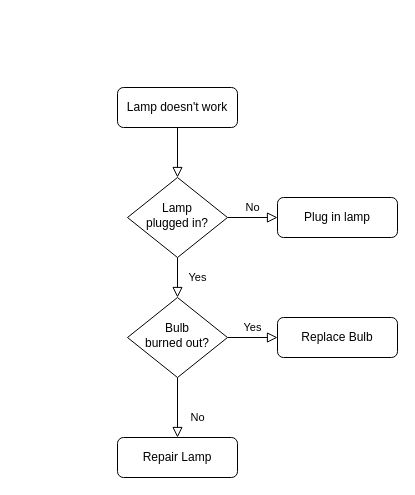
The draw.io diagram Untitled Diagram.drawio in Usha1206/FlowCharts, before the edit. Source tidied: cells renumbered, new cells numbered last; positions are measured from the earlier drawing's top-left corner, leaving out a move shared by most shapes. Both pictures are drawn from the tidied source at 100%, with x=0, y=0 at pixel (117, 87).
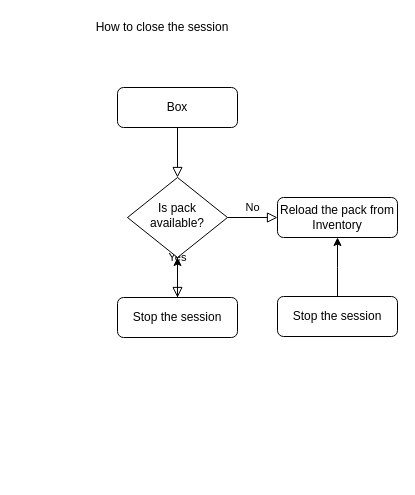
The same diagram, later.

Commit message:
Session _Closing

Diff of the diagram source:
```diff
@@
 <mxGraphModel>
   <root>
     <mxCell id="0" />
     <mxCell id="1" parent="0" />
     <mxCell id="2" style="rounded=0;html=1;jettySize=auto;fontSize=11;endArrow=block;endFill=0;endSize=8;strokeWidth=1;shadow=0;labelBackgroundColor=none;edgeStyle=orthogonalEdgeStyle;" parent="1" edge="1" source="3" target="6">
       <mxGeometry relative="1" as="geometry" />
     </mxCell>
-    <mxCell id="3" value="Lamp doesn't work" style="rounded=1;whiteSpace=wrap;html=1;fontSize=12;glass=0;strokeWidth=1;shadow=0;" parent="1" vertex="1">
+    <mxCell id="3" value="Box" style="rounded=1;whiteSpace=wrap;html=1;fontSize=12;glass=0;strokeWidth=1;shadow=0;" parent="1" vertex="1">
       <mxGeometry width="120" height="40" as="geometry" />
     </mxCell>
-    <mxCell id="4" value="Yes" style="rounded=0;html=1;jettySize=auto;fontSize=11;endArrow=block;endFill=0;endSize=8;strokeWidth=1;shadow=0;labelBackgroundColor=none;edgeStyle=orthogonalEdgeStyle;" parent="1" edge="1" source="6" target="10">
-      <mxGeometry y="20" relative="1" as="geometry" />
+    <mxCell id="4" value="Yes" style="rounded=0;html=1;jettySize=auto;fontSize=11;endArrow=block;endFill=0;endSize=8;strokeWidth=1;shadow=0;labelBackgroundColor=none;edgeStyle=orthogonalEdgeStyle;" parent="1" edge="1" source="6">
+      <mxGeometry y="20" relative="1" as="geometry">
+        <mxPoint x="60" y="210" as="targetPoint" />
+      </mxGeometry>
     </mxCell>
     <mxCell id="5" value="No" style="edgeStyle=orthogonalEdgeStyle;rounded=0;html=1;jettySize=auto;fontSize=11;endArrow=block;endFill=0;endSize=8;strokeWidth=1;shadow=0;labelBackgroundColor=none;" parent="1" edge="1" source="6" target="7">
       <mxGeometry y="10" relative="1" as="geometry" />
     </mxCell>
-    <mxCell id="6" value="Lamp&lt;br&gt;plugged in?" style="rhombus;whiteSpace=wrap;html=1;shadow=0;fontFamily=Helvetica;fontSize=12;align=center;strokeWidth=1;spacing=6;spacingTop=-4;" parent="1" vertex="1">
+    <mxCell id="6" value="Is pack available?" style="rhombus;whiteSpace=wrap;html=1;shadow=0;fontFamily=Helvetica;fontSize=12;align=center;strokeWidth=1;spacing=6;spacingTop=-4;" parent="1" vertex="1">
       <mxGeometry x="10" y="90" width="100" height="80" as="geometry" />
     </mxCell>
-    <mxCell id="7" value="Plug in lamp" style="rounded=1;whiteSpace=wrap;html=1;fontSize=12;glass=0;strokeWidth=1;shadow=0;" parent="1" vertex="1">
+    <mxCell id="7" value="Reload the pack from Inventory" style="rounded=1;whiteSpace=wrap;html=1;fontSize=12;glass=0;strokeWidth=1;shadow=0;" parent="1" vertex="1">
       <mxGeometry x="160" y="110" width="120" height="40" as="geometry" />
     </mxCell>
-    <mxCell id="8" value="No" style="rounded=0;html=1;jettySize=auto;fontSize=11;endArrow=block;endFill=0;endSize=8;strokeWidth=1;shadow=0;labelBackgroundColor=none;edgeStyle=orthogonalEdgeStyle;" parent="1" edge="1" source="10" target="11">
-      <mxGeometry x="0.33" y="20" relative="1" as="geometry" />
-    </mxCell>
-    <mxCell id="9" value="Yes" style="edgeStyle=orthogonalEdgeStyle;rounded=0;html=1;jettySize=auto;fontSize=11;endArrow=block;endFill=0;endSize=8;strokeWidth=1;shadow=0;labelBackgroundColor=none;" parent="1" edge="1" source="10" target="12">
-      <mxGeometry y="10" relative="1" as="geometry" />
-    </mxCell>
-    <mxCell id="10" value="Bulb&lt;br&gt;burned out?" style="rhombus;whiteSpace=wrap;html=1;shadow=0;fontFamily=Helvetica;fontSize=12;align=center;strokeWidth=1;spacing=6;spacingTop=-4;" parent="1" vertex="1">
-      <mxGeometry x="10" y="210" width="100" height="80" as="geometry" />
-    </mxCell>
-    <mxCell id="11" value="Repair Lamp" style="rounded=1;whiteSpace=wrap;html=1;fontSize=12;glass=0;strokeWidth=1;shadow=0;" parent="1" vertex="1">
-      <mxGeometry y="350" width="120" height="40" as="geometry" />
-    </mxCell>
-    <mxCell id="12" value="Replace Bulb" style="rounded=1;whiteSpace=wrap;html=1;fontSize=12;glass=0;strokeWidth=1;shadow=0;" parent="1" vertex="1">
-      <mxGeometry x="160" y="230" width="120" height="40" as="geometry" />
-    </mxCell>
+    <mxCell id="13" value="How to close the session" style="text;html=1;strokeColor=none;fillColor=none;align=center;verticalAlign=middle;whiteSpace=wrap;rounded=0;" parent="1" vertex="1">
+      <mxGeometry x="-100" y="-70" width="290" height="20" as="geometry" />
+    </mxCell>
+    <mxCell id="14" style="edgeStyle=orthogonalEdgeStyle;rounded=0;jettySize=auto;html=1;" parent="1" edge="1" source="15" target="6">
+      <mxGeometry relative="1" as="geometry" />
+    </mxCell>
+    <mxCell id="15" value="Stop the session" style="rounded=1;whiteSpace=wrap;html=1;fontSize=12;glass=0;strokeWidth=1;shadow=0;" parent="1" vertex="1">
+      <mxGeometry y="210" width="120" height="40" as="geometry" />
+    </mxCell>
+    <mxCell id="16" style="edgeStyle=orthogonalEdgeStyle;rounded=0;jettySize=auto;html=1;" parent="1" edge="1" source="17">
+      <mxGeometry relative="1" as="geometry">
+        <mxPoint x="220" y="150" as="targetPoint" />
+      </mxGeometry>
+    </mxCell>
+    <mxCell id="17" value="Stop the session" style="rounded=1;whiteSpace=wrap;html=1;fontSize=12;glass=0;strokeWidth=1;shadow=0;" parent="1" vertex="1">
+      <mxGeometry x="160" y="209" width="120" height="40" as="geometry" />
+    </mxCell>
   </root>
 </mxGraphModel>
```
